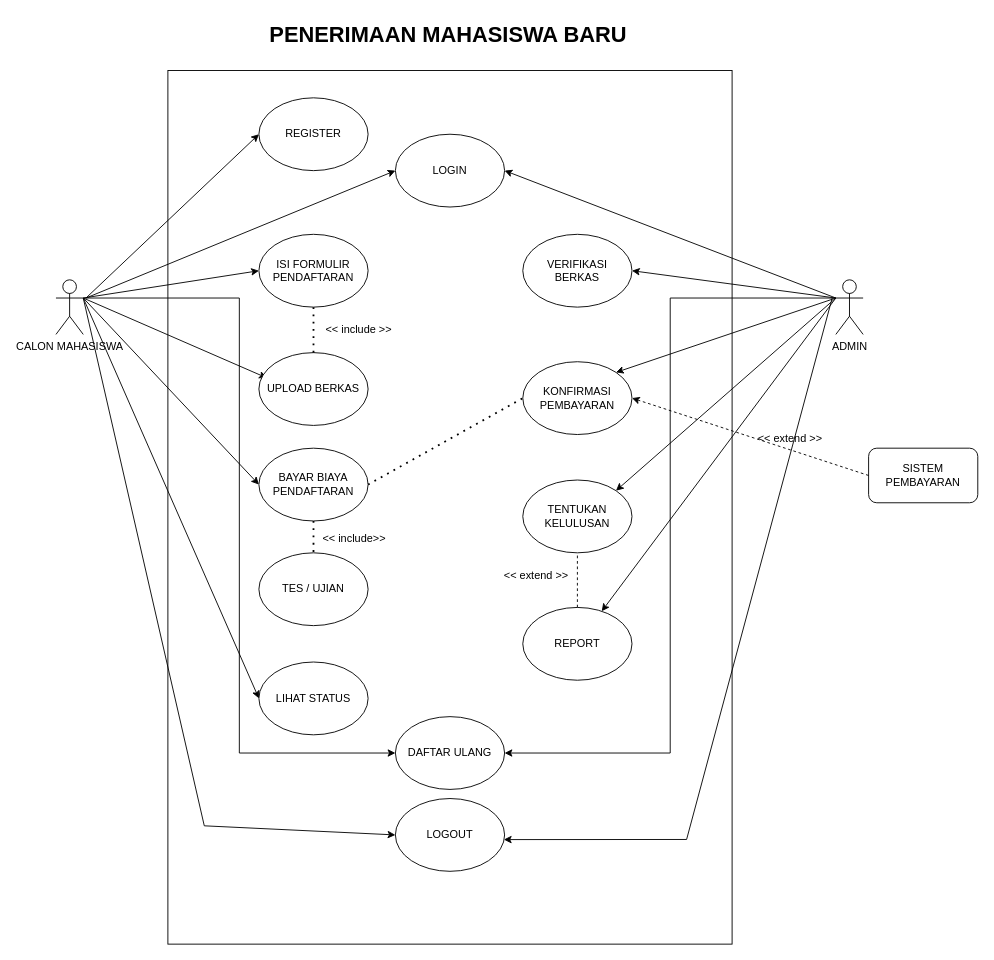
hanatrp/analisis-dan-perancangan-sistem keeps this draw.io diagram as page "Page-1" (1 of 2) of pmb/PMB.drawio. Above is the earlier version. Source tidied: cells renumbered, new cells numbered last; positions are measured from the earlier drawing's top-left corner, leaving out a move shared by most shapes. Both pictures are drawn from the tidied source at 91%, with x=0, y=0 at pixel (56, 15).
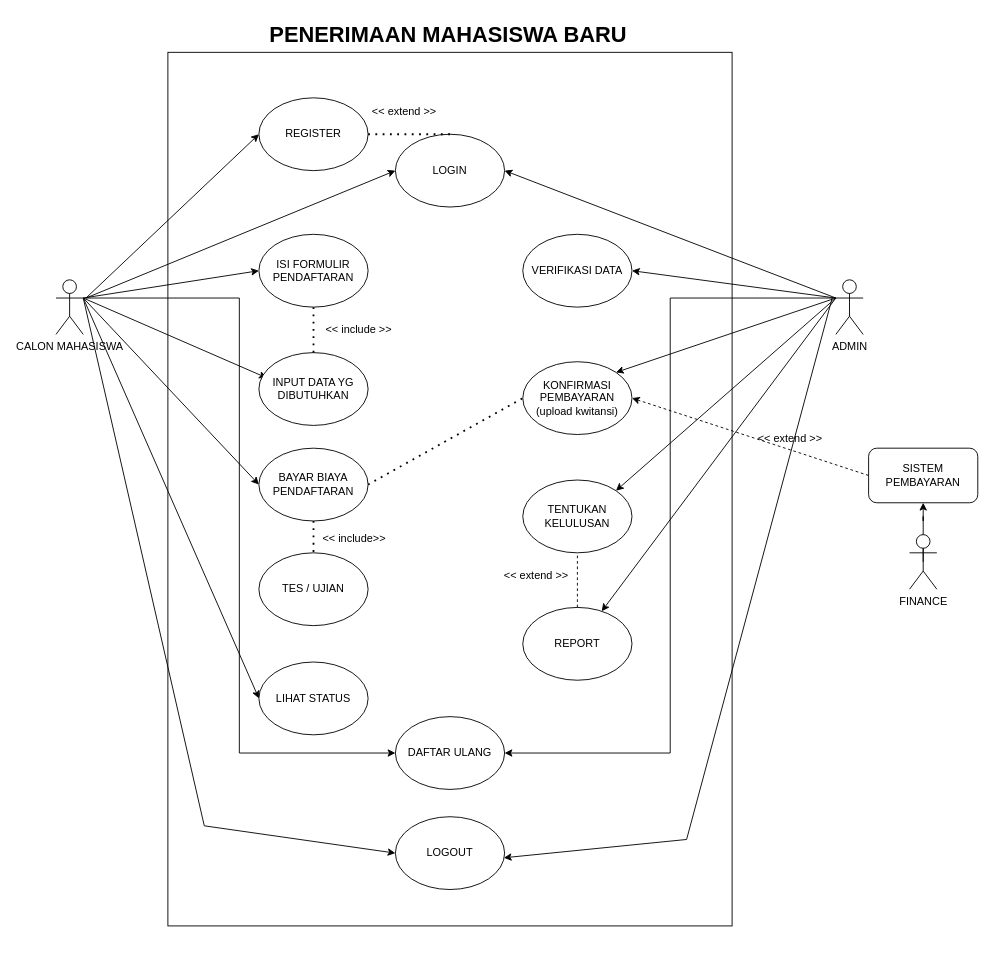
After the change.

The change refers to these unchanged cells:
```xml
<mxCell id="13" value="LOGIN" style="ellipse;whiteSpace=wrap;html=1;" parent="1" vertex="1">
  <mxGeometry x="373" y="130" width="120" height="80" as="geometry" />
</mxCell>
<mxCell id="26" value="REGISTER" style="ellipse;whiteSpace=wrap;html=1;" parent="1" vertex="1">
  <mxGeometry x="223" y="90" width="120" height="80" as="geometry" />
</mxCell>
<mxCell id="27" value="SISTEM PEMBAYARAN" style="rounded=1;whiteSpace=wrap;html=1;" parent="1" vertex="1">
  <mxGeometry x="893" y="475" width="120" height="60" as="geometry" />
</mxCell>
```

The edit, as a diff of the source:
```diff
@@
     <mxCell id="2" style="rounded=0;whiteSpace=wrap;html=1;" parent="1" vertex="1">
-      <mxGeometry x="123" y="60" width="620" height="960" as="geometry" />
+      <mxGeometry x="123" y="40" width="620" height="960" as="geometry" />
     </mxCell>
@@
-    <mxCell id="11" value="UPLOAD BERKAS" style="ellipse;whiteSpace=wrap;html=1;" parent="1" vertex="1">
+    <mxCell id="11" value="INPUT DATA YG DIBUTUHKAN" style="ellipse;whiteSpace=wrap;html=1;" parent="1" vertex="1">
       <mxGeometry x="223" y="370" width="120" height="80" as="geometry" />
     </mxCell>
@@
-    <mxCell id="22" value="VERIFIKASI BERKAS" style="ellipse;whiteSpace=wrap;html=1;" parent="1" vertex="1">
+    <mxCell id="22" value="VERIFIKASI DATA" style="ellipse;whiteSpace=wrap;html=1;" parent="1" vertex="1">
       <mxGeometry x="513" y="240" width="120" height="80" as="geometry" />
     </mxCell>
-    <mxCell id="23" value="KONFIRMASI PEMBAYARAN" style="ellipse;whiteSpace=wrap;html=1;" parent="1" vertex="1">
+    <mxCell id="23" value="KONFIRMASI PEMBAYARAN&lt;div&gt;(upload kwitansi)&lt;/div&gt;" style="ellipse;whiteSpace=wrap;html=1;" parent="1" vertex="1">
       <mxGeometry x="513" y="380" width="120" height="80" as="geometry" />
     </mxCell>
@@
     <mxCell id="41" value="LOGOUT" style="ellipse;whiteSpace=wrap;html=1;" parent="1" vertex="1">
-      <mxGeometry x="373" y="860" width="120" height="80" as="geometry" />
+      <mxGeometry x="373" y="880" width="120" height="80" as="geometry" />
     </mxCell>
@@
+    <mxCell id="44" style="edgeStyle=orthogonalEdgeStyle;rounded=0;jettySize=auto;html=1;exitX=0.5;exitY=0.5;exitDx=0;exitDy=0;exitPerimeter=0;entryX=0.5;entryY=1;entryDx=0;entryDy=0;" parent="1" edge="1" source="45" target="27">
+      <mxGeometry relative="1" as="geometry" />
+    </mxCell>
+    <mxCell id="45" value="FINANCE" style="shape=umlActor;verticalLabelPosition=bottom;verticalAlign=top;html=1;outlineConnect=0;" parent="1" vertex="1">
+      <mxGeometry x="938" y="570" width="30" height="60" as="geometry" />
+    </mxCell>
+    <mxCell id="46" style="endArrow=none;dashed=1;html=1;dashPattern=1 3;strokeWidth=2;rounded=0;entryX=0.5;entryY=0;entryDx=0;entryDy=0;" parent="1" edge="1" source="26" target="13">
+      <mxGeometry relative="1" as="geometry" />
+    </mxCell>
+    <mxCell id="47" value="&amp;lt;&amp;lt; extend &amp;gt;&amp;gt;" style="text;html=1;whiteSpace=wrap;strokeColor=none;fillColor=none;align=center;verticalAlign=middle;rounded=0;" parent="1" vertex="1">
+      <mxGeometry x="333" y="90" width="100" height="30" as="geometry" />
+    </mxCell>
```
